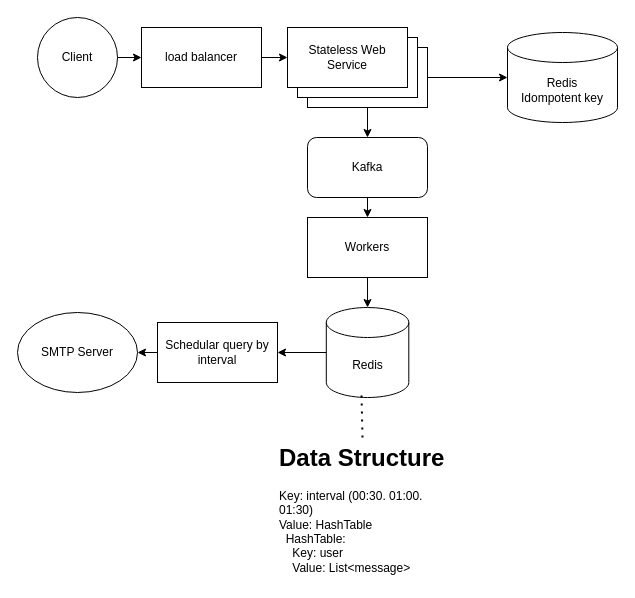
This is SystemDesign1.drawio from DavidHePing/System_Design_Practice_NetSkope, a draw.io file, before an edit. Source tidied: cells renumbered, new cells numbered last; positions are measured from the earlier drawing's top-left corner, leaving out a move shared by most shapes. Both pictures are drawn from the tidied source at 100%, with x=0, y=0 at pixel (17, 17).
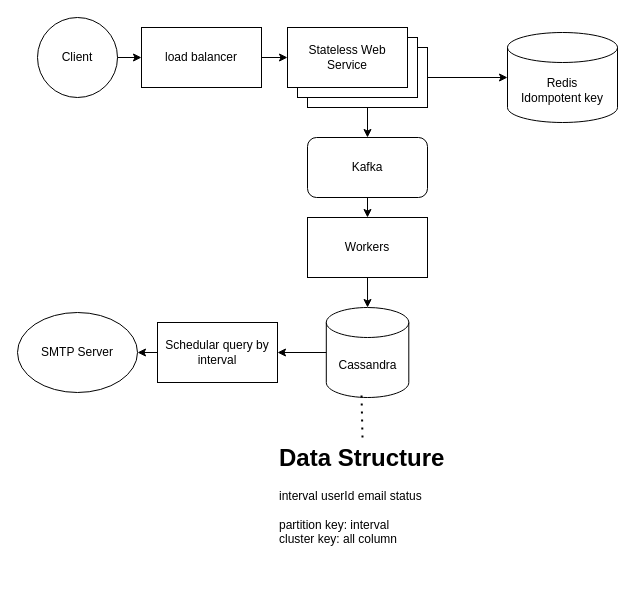
After the change.

Diff of the diagram source:
```diff
@@
-    <mxCell id="14" value="Redis" style="shape=cylinder3;whiteSpace=wrap;html=1;boundedLbl=1;backgroundOutline=1;size=15;" parent="1" vertex="1">
+    <mxCell id="14" value="Cassandra" style="shape=cylinder3;whiteSpace=wrap;html=1;boundedLbl=1;backgroundOutline=1;size=15;" parent="1" vertex="1">
       <mxGeometry x="308.8" y="290" width="82.5" height="90" as="geometry" />
     </mxCell>
@@
-    <mxCell id="22" value="&lt;h1 style=&quot;margin-top: 0px;&quot;&gt;Data Structure&lt;/h1&gt;&lt;div&gt;Key: interval (00:30. 01:00. 01:30)&lt;div&gt;Value: HashTable&lt;/div&gt;&lt;div&gt;&lt;span style=&quot;background-color: transparent; color: light-dark(rgb(0, 0, 0), rgb(255, 255, 255));&quot;&gt;&amp;nbsp; HashTable:&lt;/span&gt;&lt;/div&gt;&lt;div&gt;&amp;nbsp; &amp;nbsp; Key: user&lt;/div&gt;&lt;div&gt;&amp;nbsp; &amp;nbsp; Value: List&amp;lt;message&amp;gt;&lt;/div&gt;&lt;/div&gt;" style="text;html=1;whiteSpace=wrap;overflow=hidden;rounded=0;" parent="1" vertex="1">
-      <mxGeometry x="260" y="420" width="170" height="140" as="geometry" />
+    <mxCell id="22" value="&lt;h1 style=&quot;margin-top: 0px;&quot;&gt;Data Structure&lt;/h1&gt;&lt;div&gt;interval userId email status&lt;/div&gt;&lt;div&gt;&lt;br&gt;&lt;/div&gt;&lt;div&gt;partition key: interval&lt;/div&gt;&lt;div&gt;cluster key: all column&lt;/div&gt;" style="text;html=1;whiteSpace=wrap;overflow=hidden;rounded=0;" parent="1" vertex="1">
+      <mxGeometry x="260" y="420" width="170" height="120" as="geometry" />
     </mxCell>
```
